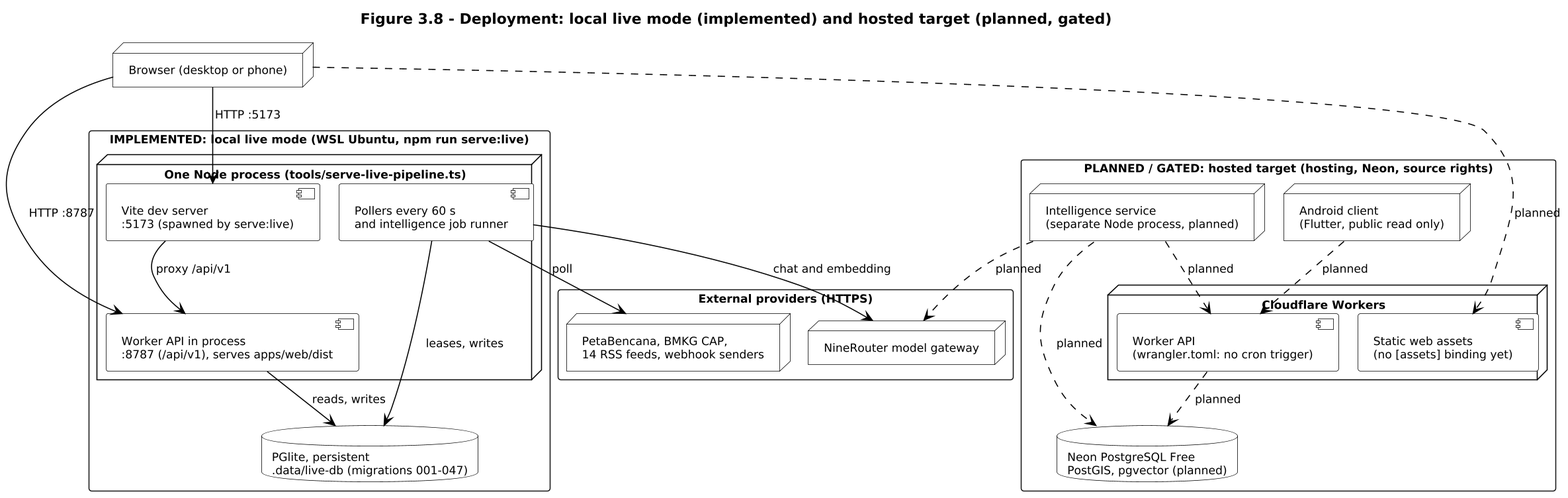
This is docs/report/diagrams/rendered/fig-3-8-deployment.png from Asassinoooo/Waspada-Jakarta, a PlantUML export, as it was before one commit.
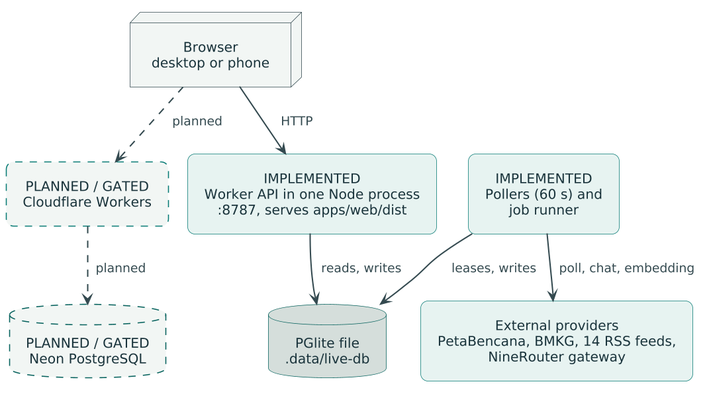
After the change.

The edit, as a diff of the source:
```diff
@@ -1,66 +1,19 @@
 @startuml fig-3-8-deployment
-!pragma layout smetana
-skinparam dpi 150
-skinparam monochrome true
-skinparam shadowing false
-skinparam defaultFontName Arial
-skinparam defaultFontSize 11
-skinparam packageStyle rectangle
-skinparam node {
-  BackgroundColor white
-  BorderColor black
-}
-skinparam component {
-  BackgroundColor white
-  BorderColor black
-}
-skinparam database {
-  BackgroundColor white
-  BorderColor black
-}
-skinparam ArrowColor black
+!include theme/waspada-report.theme.puml
+top to bottom direction
 
-title Figure 3.8 - Deployment: local live mode (implemented) and hosted target (planned, gated)
+node "Browser\ndesktop or phone" as BR
+rectangle "IMPLEMENTED\nWorker API in one Node process\n:8787, serves apps/web/dist" as WAPI
+rectangle "IMPLEMENTED\nPollers (60 s) and\njob runner" as POLL
+database "PGlite file\n.data/live-db" as PG
+rectangle "External providers\nPetaBencana, BMKG, 14 RSS feeds,\nNineRouter gateway" as SRC
+rectangle "PLANNED / GATED\nCloudflare Workers" as CF #F2F6F4;line.dashed
+database "PLANNED / GATED\nNeon PostgreSQL" as NEON #F2F6F4;line.dashed
 
-node "Browser (desktop or phone)" as BR
-
-package "IMPLEMENTED: local live mode (WSL Ubuntu, npm run serve:live)" as LOCAL {
-  node "One Node process (tools/serve-live-pipeline.ts)" as NODE {
-    component "Worker API in process\n:8787 (/api/v1), serves apps/web/dist" as L_API
-    component "Vite dev server\n:5173 (spawned by serve:live)" as L_VITE
-    component "Pollers every 60 s\nand intelligence job runner" as L_JOB
-  }
-  database "PGlite, persistent\n.data/live-db (migrations 001-047)" as L_DB
-}
-
-package "PLANNED / GATED: hosted target (hosting, Neon, source rights)" as HOST {
-  node "Cloudflare Workers" as CF {
-    component "Worker API\n(wrangler.toml: no cron trigger)" as H_API
-    component "Static web assets\n(no [assets] binding yet)" as H_WEB
-  }
-  database "Neon PostgreSQL Free\nPostGIS, pgvector (planned)" as H_DB
-  node "Intelligence service\n(separate Node process, planned)" as H_INT
-  node "Android client\n(Flutter, public read only)" as H_APP
-}
-
-package "External providers (HTTPS)" as EXT {
-  node "NineRouter model gateway" as NR
-  node "PetaBencana, BMKG CAP,\n14 RSS feeds, webhook senders" as FEEDS
-}
-
-BR --> L_API : HTTP :8787
-BR --> L_VITE : HTTP :5173
-L_VITE --> L_API : proxy /api/v1
-L_JOB --> L_DB : leases, writes
-L_API --> L_DB : reads, writes
-L_JOB --> FEEDS : poll
-L_JOB --> NR : chat and embedding
-
-BR -[dashed]-> H_WEB : planned
-H_APP -[dashed]-> H_API : planned
-H_API -[dashed]-> H_DB : planned
-H_INT -[dashed]-> H_DB : planned
-H_INT -[dashed]-> NR : planned
-H_INT -[dashed]-> H_API : planned
-
+BR --> WAPI : HTTP
+WAPI --> PG : reads, writes
+POLL --> PG : leases, writes
+POLL --> SRC : poll, chat, embedding
+BR ..> CF : planned
+CF ..> NEON : planned
 @enduml
```
